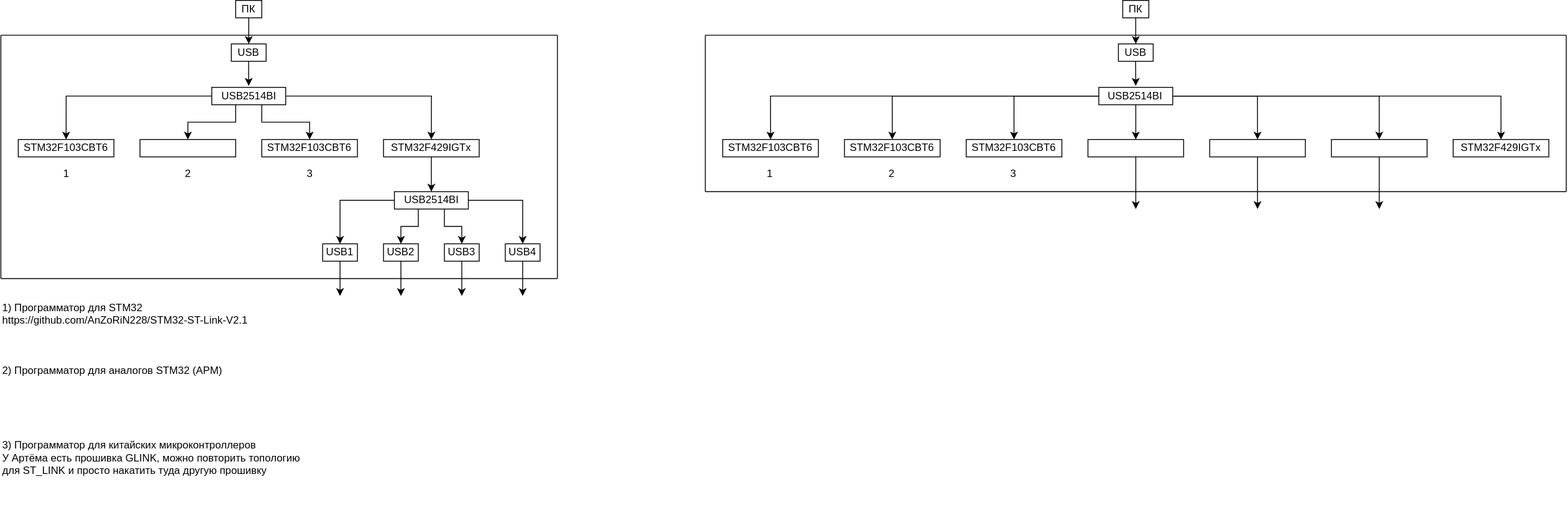
The draw.io diagram Блок схема.svg in Andrianov-Daniil/Smart_USB_Hub, before a commit. Source tidied: cells renumbered, new cells last; positions are measured from the earlier drawing's top-left corner, leaving out a move shared by most shapes.
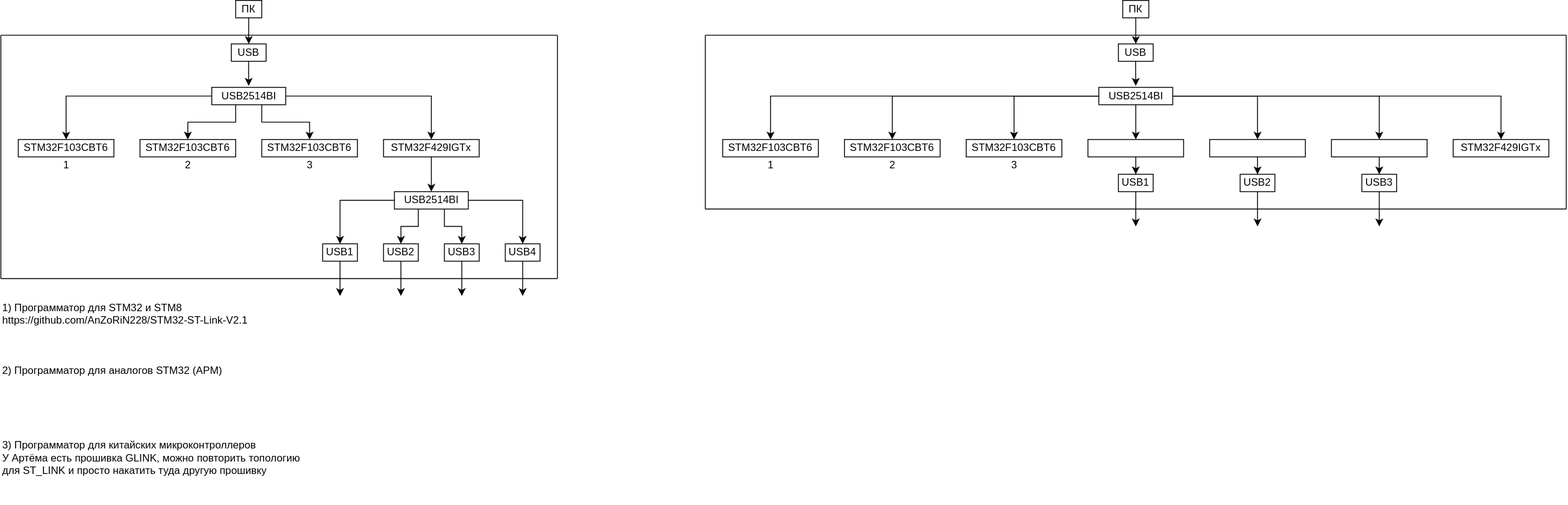
The same file after the commit.

Change to the diagram source:
```diff
@@ -14,8 +14,9 @@
     <mxCell id="5" style="edgeStyle=orthogonalEdgeStyle;rounded=0;jettySize=auto;html=1;entryX=0.5;entryY=0;entryDx=0;entryDy=0;" parent="1" edge="1" source="9" target="11">
       <mxGeometry relative="1" as="geometry" />
     </mxCell>
-    <mxCell id="6" style="edgeStyle=orthogonalEdgeStyle;rounded=0;jettySize=auto;html=1;entryX=0.5;entryY=0;entryDx=0;entryDy=0;" parent="1" edge="1" source="9" target="12">
+    <mxCell id="6" style="edgeStyle=orthogonalEdgeStyle;rounded=0;jettySize=auto;html=1;entryX=0.5;entryY=0;entryDx=0;entryDy=0;" parent="1" edge="1" source="9">
       <mxGeometry relative="1" as="geometry">
+        <mxPoint x="215" y="160" as="targetPoint" />
         <Array as="points">
           <mxPoint x="270" y="140" />
           <mxPoint x="215" y="140" />
@@ -44,9 +45,6 @@
     <mxCell id="11" value="STM32F103CBT6" style="rounded=0;whiteSpace=wrap;html=1;" parent="1" vertex="1">
       <mxGeometry x="20" y="160" width="110" height="20" as="geometry" />
     </mxCell>
-    <mxCell id="12" style="rounded=0;whiteSpace=wrap;html=1;" parent="1" vertex="1">
-      <mxGeometry x="160" y="160" width="110" height="20" as="geometry" />
-    </mxCell>
     <mxCell id="13" value="STM32F103CBT6" style="rounded=0;whiteSpace=wrap;html=1;" parent="1" vertex="1">
       <mxGeometry x="300" y="160" width="110" height="20" as="geometry" />
     </mxCell>
@@ -56,7 +54,7 @@
     <mxCell id="15" value="STM32F429IGTx" style="rounded=0;whiteSpace=wrap;html=1;" parent="1" vertex="1">
       <mxGeometry x="440" y="160" width="110" height="20" as="geometry" />
     </mxCell>
-    <mxCell id="16" value="1) Программатор для STM32&amp;nbsp;&lt;br&gt;https://github.com/AnZoRiN228/STM32-ST-Link-V2.1&lt;div&gt;&lt;br&gt;&lt;/div&gt;&lt;div&gt;&lt;br&gt;&lt;/div&gt;&lt;div&gt;&lt;br&gt;2) Программатор для аналогов STM32 (APM)&amp;nbsp;&lt;div&gt;&lt;br&gt;&lt;/div&gt;&lt;div&gt;&lt;br&gt;&lt;/div&gt;&lt;div&gt;&lt;br&gt;&lt;/div&gt;&lt;div&gt;&lt;br&gt;&lt;/div&gt;&lt;div&gt;&lt;br&gt;&lt;/div&gt;&lt;div&gt;&lt;span style=&quot;background-color: transparent; color: light-dark(rgb(0, 0, 0), rgb(255, 255, 255));&quot;&gt;3) Программатор для китайских микроконтроллеров&amp;nbsp;&lt;br&gt;У Артёма есть прошивка GLINK, можно повторить топологию для ST_LINK и просто накатить туда другую прошивку&lt;/span&gt;&lt;/div&gt;&lt;/div&gt;" style="text;html=1;whiteSpace=wrap;strokeColor=none;fillColor=none;align=left;verticalAlign=top;rounded=0;rotation=0;" parent="1" vertex="1">
+    <mxCell id="16" value="1) Программатор для STM32 и STM8&lt;br&gt;https://github.com/AnZoRiN228/STM32-ST-Link-V2.1&lt;div&gt;&lt;br&gt;&lt;/div&gt;&lt;div&gt;&lt;br&gt;&lt;/div&gt;&lt;div&gt;&lt;br&gt;2) Программатор для аналогов STM32 (APM)&amp;nbsp;&lt;div&gt;&lt;br&gt;&lt;/div&gt;&lt;div&gt;&lt;br&gt;&lt;/div&gt;&lt;div&gt;&lt;br&gt;&lt;/div&gt;&lt;div&gt;&lt;br&gt;&lt;/div&gt;&lt;div&gt;&lt;br&gt;&lt;/div&gt;&lt;div&gt;&lt;span style=&quot;background-color: transparent; color: light-dark(rgb(0, 0, 0), rgb(255, 255, 255));&quot;&gt;3) Программатор для китайских микроконтроллеров&amp;nbsp;&lt;br&gt;У Артёма есть прошивка GLINK, можно повторить топологию для ST_LINK и просто накатить туда другую прошивку&lt;/span&gt;&lt;/div&gt;&lt;/div&gt;" style="text;html=1;whiteSpace=wrap;strokeColor=none;fillColor=none;align=left;verticalAlign=top;rounded=0;rotation=0;" parent="1" vertex="1">
       <mxGeometry y="340" width="360" height="240" as="geometry" />
     </mxCell>
     <mxCell id="17" style="edgeStyle=orthogonalEdgeStyle;rounded=0;jettySize=auto;html=1;entryX=0.5;entryY=0;entryDx=0;entryDy=0;" parent="1" edge="1" source="21" target="26">
@@ -85,13 +83,13 @@
       <mxGeometry x="452.5" y="220" width="85" height="20" as="geometry" />
     </mxCell>
     <mxCell id="22" value="1" style="text;html=1;whiteSpace=wrap;strokeColor=none;fillColor=none;align=center;verticalAlign=middle;rounded=0;" parent="1" vertex="1">
-      <mxGeometry x="67.5" y="190" width="15" height="20" as="geometry" />
+      <mxGeometry x="67.5" y="180" width="15" height="20" as="geometry" />
     </mxCell>
     <mxCell id="23" value="2" style="text;html=1;whiteSpace=wrap;strokeColor=none;fillColor=none;align=center;verticalAlign=middle;rounded=0;" parent="1" vertex="1">
-      <mxGeometry x="207.5" y="190" width="15" height="20" as="geometry" />
+      <mxGeometry x="207.5" y="180" width="15" height="20" as="geometry" />
     </mxCell>
     <mxCell id="24" value="3" style="text;html=1;whiteSpace=wrap;strokeColor=none;fillColor=none;align=center;verticalAlign=middle;rounded=0;" parent="1" vertex="1">
-      <mxGeometry x="347.5" y="190" width="15" height="20" as="geometry" />
+      <mxGeometry x="347.5" y="180" width="15" height="20" as="geometry" />
     </mxCell>
     <mxCell id="25" style="edgeStyle=orthogonalEdgeStyle;rounded=0;jettySize=auto;html=1;" parent="1" edge="1" source="26">
       <mxGeometry relative="1" as="geometry">
@@ -193,14 +191,14 @@
       <mxGeometry x="830" y="160" width="110" height="20" as="geometry" />
     </mxCell>
     <mxCell id="50" value="1" style="text;html=1;whiteSpace=wrap;strokeColor=none;fillColor=none;align=center;verticalAlign=middle;rounded=0;" parent="1" vertex="1">
-      <mxGeometry x="877.5" y="190" width="15" height="20" as="geometry" />
+      <mxGeometry x="877.5" y="180" width="15" height="20" as="geometry" />
     </mxCell>
     <mxCell id="51" value="2" style="text;html=1;whiteSpace=wrap;strokeColor=none;fillColor=none;align=center;verticalAlign=middle;rounded=0;" parent="1" vertex="1">
-      <mxGeometry x="1017.5" y="190" width="15" height="20" as="geometry" />
+      <mxGeometry x="1017.5" y="180" width="15" height="20" as="geometry" />
     </mxCell>
     <mxCell id="52" style="endArrow=none;html=1;rounded=0;" parent="1" edge="1">
       <mxGeometry relative="1" as="geometry">
-        <mxPoint x="810" y="220" as="sourcePoint" />
+        <mxPoint x="810" y="240" as="sourcePoint" />
         <mxPoint x="810" y="40" as="targetPoint" />
       </mxGeometry>
     </mxCell>
@@ -212,13 +210,13 @@
     </mxCell>
     <mxCell id="54" style="endArrow=none;html=1;rounded=0;" parent="1" edge="1">
       <mxGeometry relative="1" as="geometry">
-        <mxPoint x="810" y="220" as="sourcePoint" />
-        <mxPoint x="1800" y="220" as="targetPoint" />
+        <mxPoint x="810" y="240" as="sourcePoint" />
+        <mxPoint x="1800" y="240" as="targetPoint" />
       </mxGeometry>
     </mxCell>
     <mxCell id="55" style="endArrow=none;html=1;rounded=0;" parent="1" edge="1">
       <mxGeometry relative="1" as="geometry">
-        <mxPoint x="1800" y="220" as="sourcePoint" />
+        <mxPoint x="1800" y="240" as="sourcePoint" />
         <mxPoint x="1800" y="40" as="targetPoint" />
       </mxGeometry>
     </mxCell>
@@ -232,31 +230,52 @@
       <mxGeometry x="1110" y="160" width="110" height="20" as="geometry" />
     </mxCell>
     <mxCell id="59" value="3" style="text;html=1;whiteSpace=wrap;strokeColor=none;fillColor=none;align=center;verticalAlign=middle;rounded=0;" parent="1" vertex="1">
-      <mxGeometry x="1157.5" y="190" width="15" height="20" as="geometry" />
+      <mxGeometry x="1157.5" y="180" width="15" height="20" as="geometry" />
     </mxCell>
-    <mxCell id="60" style="edgeStyle=orthogonalEdgeStyle;rounded=0;jettySize=auto;html=1;" parent="1" edge="1" source="61">
-      <mxGeometry relative="1" as="geometry">
-        <mxPoint x="1305" y="240" as="targetPoint" />
-      </mxGeometry>
-    </mxCell>
+    <mxCell id="66" style="edgeStyle=orthogonalEdgeStyle;rounded=0;jettySize=auto;html=1;entryX=0.5;entryY=0;entryDx=0;entryDy=0;" parent="1" edge="1" source="61" target="70">
+      <mxGeometry relative="1" as="geometry" />
+    </mxCell>
     <mxCell id="61" style="rounded=0;whiteSpace=wrap;html=1;" parent="1" vertex="1">
       <mxGeometry x="1250" y="160" width="110" height="20" as="geometry" />
     </mxCell>
-    <mxCell id="62" style="edgeStyle=orthogonalEdgeStyle;rounded=0;jettySize=auto;html=1;" parent="1" edge="1" source="63">
-      <mxGeometry relative="1" as="geometry">
-        <mxPoint x="1445" y="240" as="targetPoint" />
-      </mxGeometry>
-    </mxCell>
+    <mxCell id="67" style="edgeStyle=orthogonalEdgeStyle;rounded=0;jettySize=auto;html=1;entryX=0.5;entryY=0;entryDx=0;entryDy=0;" parent="1" edge="1" source="63" target="72">
+      <mxGeometry relative="1" as="geometry" />
+    </mxCell>
     <mxCell id="63" style="rounded=0;whiteSpace=wrap;html=1;" parent="1" vertex="1">
       <mxGeometry x="1390" y="160" width="110" height="20" as="geometry" />
     </mxCell>
-    <mxCell id="64" style="edgeStyle=orthogonalEdgeStyle;rounded=0;jettySize=auto;html=1;" parent="1" edge="1" source="65">
-      <mxGeometry relative="1" as="geometry">
-        <mxPoint x="1585" y="240" as="targetPoint" />
-      </mxGeometry>
-    </mxCell>
+    <mxCell id="68" style="edgeStyle=orthogonalEdgeStyle;rounded=0;jettySize=auto;html=1;entryX=0.5;entryY=0;entryDx=0;entryDy=0;" parent="1" edge="1" source="65" target="74">
+      <mxGeometry relative="1" as="geometry" />
+    </mxCell>
     <mxCell id="65" style="rounded=0;whiteSpace=wrap;html=1;" parent="1" vertex="1">
       <mxGeometry x="1530" y="160" width="110" height="20" as="geometry" />
     </mxCell>
+    <mxCell id="69" style="edgeStyle=orthogonalEdgeStyle;rounded=0;jettySize=auto;html=1;" parent="1" edge="1" source="70">
+      <mxGeometry relative="1" as="geometry">
+        <mxPoint x="1305" y="260" as="targetPoint" />
+      </mxGeometry>
+    </mxCell>
+    <mxCell id="70" value="USB1" style="rounded=0;whiteSpace=wrap;html=1;" parent="1" vertex="1">
+      <mxGeometry x="1285" y="200" width="40" height="20" as="geometry" />
+    </mxCell>
+    <mxCell id="71" style="edgeStyle=orthogonalEdgeStyle;rounded=0;jettySize=auto;html=1;" parent="1" edge="1" source="72">
+      <mxGeometry relative="1" as="geometry">
+        <mxPoint x="1445" y="260" as="targetPoint" />
+      </mxGeometry>
+    </mxCell>
+    <mxCell id="72" value="USB2" style="rounded=0;whiteSpace=wrap;html=1;" parent="1" vertex="1">
+      <mxGeometry x="1425" y="200" width="40" height="20" as="geometry" />
+    </mxCell>
+    <mxCell id="73" style="edgeStyle=orthogonalEdgeStyle;rounded=0;jettySize=auto;html=1;" parent="1" edge="1" source="74">
+      <mxGeometry relative="1" as="geometry">
+        <mxPoint x="1585" y="260" as="targetPoint" />
+      </mxGeometry>
+    </mxCell>
+    <mxCell id="74" value="USB3" style="rounded=0;whiteSpace=wrap;html=1;" parent="1" vertex="1">
+      <mxGeometry x="1565" y="200" width="40" height="20" as="geometry" />
+    </mxCell>
+    <mxCell id="75" value="STM32F103CBT6" style="rounded=0;whiteSpace=wrap;html=1;" parent="1" vertex="1">
+      <mxGeometry x="160" y="160" width="110" height="20" as="geometry" />
+    </mxCell>
   </root>
 </mxGraphModel>
```
